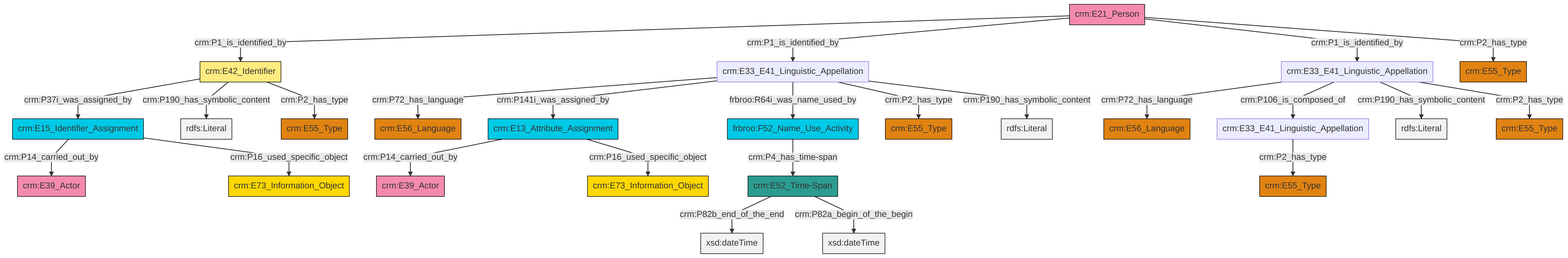
swiss-art-research-net/docs.swissartresearch keeps this Mermaid diagram as et/personCSV/ttl/mmd/png/Person_Names_and_Classification.png. Above is the earlier version. Its source is kept beside it as et/personCSV/ttl/mmd/Person_Names_and_Classification.ttl.mmd.
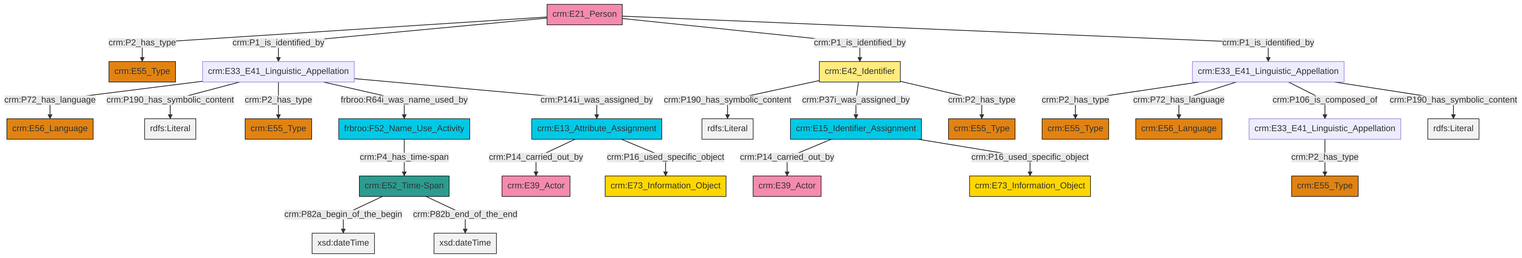
The same file after the commit.

Diff of the diagram source:
```diff
@@ -13,27 +13,27 @@
 classDef PC_Classes fill:#4ce600, stroke:#000000;
 classDef Multi fill:#cccccc,stroke:#000000;
 
-0["crm:E42_Identifier"]:::Appellation -->|crm:P37i_was_assigned_by| 1["crm:E15_Identifier_Assignment"]:::Temporal_Entity
 2["crm:E33_E41_Linguistic_Appellation"]:::Default -->|crm:P72_has_language| 3["crm:E56_Language"]:::Type
-0["crm:E42_Identifier"]:::Appellation -->|crm:P190_has_symbolic_content| 4[rdfs:Literal]:::Literal
-5["crm:E21_Person"]:::Actor -->|crm:P1_is_identified_by| 0["crm:E42_Identifier"]:::Appellation
-8["crm:E13_Attribute_Assignment"]:::Temporal_Entity -->|crm:P14_carried_out_by| 9["crm:E39_Actor"]:::Actor
-5["crm:E21_Person"]:::Actor -->|crm:P1_is_identified_by| 6["crm:E33_E41_Linguistic_Appellation"]:::Default
-2["crm:E33_E41_Linguistic_Appellation"]:::Default -->|crm:P106_is_composed_of| 12["crm:E33_E41_Linguistic_Appellation"]:::Default
-6["crm:E33_E41_Linguistic_Appellation"]:::Default -->|crm:P72_has_language| 15["crm:E56_Language"]:::Type
-1["crm:E15_Identifier_Assignment"]:::Temporal_Entity -->|crm:P14_carried_out_by| 16["crm:E39_Actor"]:::Actor
-5["crm:E21_Person"]:::Actor -->|crm:P1_is_identified_by| 2["crm:E33_E41_Linguistic_Appellation"]:::Default
-22["crm:E52_Time-Span"]:::Time-Span -->|crm:P82b_end_of_the_end| 23[xsd:dateTime]:::Literal
-6["crm:E33_E41_Linguistic_Appellation"]:::Default -->|crm:P141i_was_assigned_by| 8["crm:E13_Attribute_Assignment"]:::Temporal_Entity
-0["crm:E42_Identifier"]:::Appellation -->|crm:P2_has_type| 17["crm:E55_Type"]:::Type
-12["crm:E33_E41_Linguistic_Appellation"]:::Default -->|crm:P2_has_type| 10["crm:E55_Type"]:::Type
-22["crm:E52_Time-Span"]:::Time-Span -->|crm:P82a_begin_of_the_begin| 31[xsd:dateTime]:::Literal
-6["crm:E33_E41_Linguistic_Appellation"]:::Default -->|frbroo:R64i_was_name_used_by| 33["frbroo:F52_Name_Use_Activity"]:::Temporal_Entity
-2["crm:E33_E41_Linguistic_Appellation"]:::Default -->|crm:P190_has_symbolic_content| 34[rdfs:Literal]:::Literal
-8["crm:E13_Attribute_Assignment"]:::Temporal_Entity -->|crm:P16_used_specific_object| 38["crm:E73_Information_Object"]:::Conceptual_Object
-5["crm:E21_Person"]:::Actor -->|crm:P2_has_type| 27["crm:E55_Type"]:::Type
-1["crm:E15_Identifier_Assignment"]:::Temporal_Entity -->|crm:P16_used_specific_object| 42["crm:E73_Information_Object"]:::Conceptual_Object
-2["crm:E33_E41_Linguistic_Appellation"]:::Default -->|crm:P2_has_type| 29["crm:E55_Type"]:::Type
-6["crm:E33_E41_Linguistic_Appellation"]:::Default -->|crm:P2_has_type| 13["crm:E55_Type"]:::Type
-33["frbroo:F52_Name_Use_Activity"]:::Temporal_Entity -->|crm:P4_has_time-span| 22["crm:E52_Time-Span"]:::Time-Span
-6["crm:E33_E41_Linguistic_Appellation"]:::Default -->|crm:P190_has_symbolic_content| 45[rdfs:Literal]:::Literal
+14["crm:E33_E41_Linguistic_Appellation"]:::Default -->|crm:P2_has_type| 15["crm:E55_Type"]:::Type
+14["crm:E33_E41_Linguistic_Appellation"]:::Default -->|crm:P72_has_language| 16["crm:E56_Language"]:::Type
+18["crm:E42_Identifier"]:::Appellation -->|crm:P190_has_symbolic_content| 19[rdfs:Literal]:::Literal
+20["crm:E15_Identifier_Assignment"]:::Temporal_Entity -->|crm:P14_carried_out_by| 21["crm:E39_Actor"]:::Actor
+18["crm:E42_Identifier"]:::Appellation -->|crm:P37i_was_assigned_by| 20["crm:E15_Identifier_Assignment"]:::Temporal_Entity
+20["crm:E15_Identifier_Assignment"]:::Temporal_Entity -->|crm:P16_used_specific_object| 24["crm:E73_Information_Object"]:::Conceptual_Object
+29["crm:E21_Person"]:::Actor -->|crm:P2_has_type| 12["crm:E55_Type"]:::Type
+2["crm:E33_E41_Linguistic_Appellation"]:::Default -->|crm:P190_has_symbolic_content| 30[rdfs:Literal]:::Literal
+14["crm:E33_E41_Linguistic_Appellation"]:::Default -->|crm:P106_is_composed_of| 8["crm:E33_E41_Linguistic_Appellation"]:::Default
+2["crm:E33_E41_Linguistic_Appellation"]:::Default -->|crm:P2_has_type| 27["crm:E55_Type"]:::Type
+2["crm:E33_E41_Linguistic_Appellation"]:::Default -->|frbroo:R64i_was_name_used_by| 34["frbroo:F52_Name_Use_Activity"]:::Temporal_Entity
+4["crm:E52_Time-Span"]:::Time-Span -->|crm:P82a_begin_of_the_begin| 35[xsd:dateTime]:::Literal
+36["crm:E13_Attribute_Assignment"]:::Temporal_Entity -->|crm:P14_carried_out_by| 0["crm:E39_Actor"]:::Actor
+29["crm:E21_Person"]:::Actor -->|crm:P1_is_identified_by| 2["crm:E33_E41_Linguistic_Appellation"]:::Default
+34["frbroo:F52_Name_Use_Activity"]:::Temporal_Entity -->|crm:P4_has_time-span| 4["crm:E52_Time-Span"]:::Time-Span
+29["crm:E21_Person"]:::Actor -->|crm:P1_is_identified_by| 18["crm:E42_Identifier"]:::Appellation
+18["crm:E42_Identifier"]:::Appellation -->|crm:P2_has_type| 39["crm:E55_Type"]:::Type
+2["crm:E33_E41_Linguistic_Appellation"]:::Default -->|crm:P141i_was_assigned_by| 36["crm:E13_Attribute_Assignment"]:::Temporal_Entity
+14["crm:E33_E41_Linguistic_Appellation"]:::Default -->|crm:P190_has_symbolic_content| 42[rdfs:Literal]:::Literal
+4["crm:E52_Time-Span"]:::Time-Span -->|crm:P82b_end_of_the_end| 43[xsd:dateTime]:::Literal
+8["crm:E33_E41_Linguistic_Appellation"]:::Default -->|crm:P2_has_type| 6["crm:E55_Type"]:::Type
+36["crm:E13_Attribute_Assignment"]:::Temporal_Entity -->|crm:P16_used_specific_object| 10["crm:E73_Information_Object"]:::Conceptual_Object
+29["crm:E21_Person"]:::Actor -->|crm:P1_is_identified_by| 14["crm:E33_E41_Linguistic_Appellation"]:::Default
```
